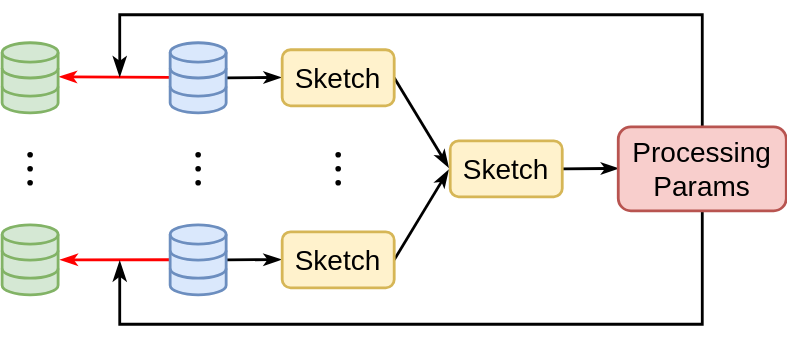
This is doc/overview.svg from primihub/fedps, a draw.io export, as it was before one commit. Source tidied: cells renumbered, new cells last; positions are measured from the earlier drawing's top-left corner, leaving out a move shared by most shapes. The source it was exported from:
```xml
<mxGraphModel>
  <root>
    <mxCell id="0" />
    <mxCell id="1" parent="0" />
    <mxCell id="2" style="endArrow=classicThin;html=1;rounded=0;endFill=1;strokeWidth=2;" parent="1" edge="1">
      <mxGeometry relative="1" as="geometry">
        <mxPoint x="400" y="110" as="sourcePoint" />
        <mxPoint x="440" y="109.7" as="targetPoint" />
      </mxGeometry>
    </mxCell>
    <mxCell id="3" style="endArrow=classicThin;html=1;rounded=0;endFill=1;entryX=-0.016;entryY=0.469;entryDx=0;entryDy=0;entryPerimeter=0;strokeWidth=2;" parent="1" edge="1" target="11">
      <mxGeometry relative="1" as="geometry">
        <mxPoint x="280" y="45" as="sourcePoint" />
      </mxGeometry>
    </mxCell>
    <mxCell id="4" style="endArrow=classicThin;html=1;rounded=0;entryX=-0.017;entryY=0.53;entryDx=0;entryDy=0;endFill=1;entryPerimeter=0;strokeWidth=2;" parent="1" edge="1" target="11">
      <mxGeometry relative="1" as="geometry">
        <mxPoint x="280" y="175" as="sourcePoint" />
      </mxGeometry>
    </mxCell>
    <mxCell id="5" style="endArrow=classicThin;html=1;rounded=0;endFill=1;exitX=-0.018;exitY=0.499;exitDx=0;exitDy=0;exitPerimeter=0;entryX=1.017;entryY=0.49;entryDx=0;entryDy=0;entryPerimeter=0;strokeColor=#FF0000;strokeWidth=2;" parent="1" edge="1">
      <mxGeometry relative="1" as="geometry">
        <mxPoint x="120" y="44.8" as="sourcePoint" />
        <mxPoint x="41" y="44.3" as="targetPoint" />
      </mxGeometry>
    </mxCell>
    <mxCell id="6" style="endArrow=classicThin;html=1;rounded=0;endFill=1;entryX=-0.012;entryY=0.496;entryDx=0;entryDy=0;entryPerimeter=0;strokeWidth=2;" parent="1" edge="1" target="10">
      <mxGeometry relative="1" as="geometry">
        <mxPoint x="160" y="175" as="sourcePoint" />
      </mxGeometry>
    </mxCell>
    <mxCell id="7" style="endArrow=classicThin;html=1;rounded=0;endFill=1;entryX=-0.011;entryY=0.494;entryDx=0;entryDy=0;entryPerimeter=0;strokeWidth=2;" parent="1" edge="1" target="9">
      <mxGeometry relative="1" as="geometry">
        <mxPoint x="160" y="45" as="sourcePoint" />
      </mxGeometry>
    </mxCell>
    <mxCell id="8" style="html=1;verticalLabelPosition=bottom;align=center;labelBackgroundColor=#ffffff;verticalAlign=top;strokeWidth=2;strokeColor=#6c8ebf;shadow=0;dashed=0;shape=mxgraph.ios7.icons.data;fillColor=#dae8fc;" parent="1" vertex="1">
      <mxGeometry x="120" y="20" width="40" height="50" as="geometry" />
    </mxCell>
    <mxCell id="9" value="&lt;font style=&quot;font-size: 20px;&quot;&gt;Sketch&lt;/font&gt;" style="rounded=1;whiteSpace=wrap;html=1;strokeWidth=2;fillColor=#fff2cc;strokeColor=#d6b656;" parent="1" vertex="1">
      <mxGeometry x="200" y="25" width="80" height="40" as="geometry" />
    </mxCell>
    <mxCell id="10" value="&lt;font style=&quot;font-size: 20px;&quot;&gt;Sketch&lt;/font&gt;" style="rounded=1;whiteSpace=wrap;html=1;strokeWidth=2;fillColor=#fff2cc;strokeColor=#d6b656;" parent="1" vertex="1">
      <mxGeometry x="200" y="155" width="80" height="40" as="geometry" />
    </mxCell>
    <mxCell id="11" value="&lt;font style=&quot;font-size: 20px;&quot;&gt;Sketch&lt;/font&gt;" style="rounded=1;whiteSpace=wrap;html=1;strokeWidth=2;fillColor=#fff2cc;strokeColor=#d6b656;" parent="1" vertex="1">
      <mxGeometry x="320" y="90" width="80" height="40" as="geometry" />
    </mxCell>
    <mxCell id="12" style="endArrow=classicThin;html=1;rounded=0;endFill=1;exitX=-0.018;exitY=0.499;exitDx=0;exitDy=0;exitPerimeter=0;entryX=1.028;entryY=0.5;entryDx=0;entryDy=0;entryPerimeter=0;strokeColor=#FF0000;strokeWidth=2;" parent="1" edge="1">
      <mxGeometry relative="1" as="geometry">
        <mxPoint x="119.9" y="174.9" as="sourcePoint" />
        <mxPoint x="41.7" y="175" as="targetPoint" />
      </mxGeometry>
    </mxCell>
    <mxCell id="13" style="edgeStyle=segmentEdgeStyle;endArrow=classicThin;html=1;curved=0;rounded=0;endSize=8;startSize=8;endFill=1;strokeColor=#000000;exitX=0.5;exitY=0;exitDx=0;exitDy=0;strokeWidth=2;" parent="1" edge="1" source="27">
      <mxGeometry relative="1" as="geometry">
        <mxPoint x="84" y="44" as="targetPoint" />
        <Array as="points">
          <mxPoint x="500" />
          <mxPoint x="84" />
        </Array>
      </mxGeometry>
    </mxCell>
    <mxCell id="14" style="edgeStyle=segmentEdgeStyle;endArrow=classicThin;html=1;curved=0;rounded=0;endSize=8;startSize=8;endFill=1;strokeColor=#000000;exitX=0.5;exitY=1;exitDx=0;exitDy=0;strokeWidth=2;" parent="1" edge="1" source="27">
      <mxGeometry relative="1" as="geometry">
        <mxPoint x="84" y="176" as="targetPoint" />
        <Array as="points">
          <mxPoint x="500" y="221" />
          <mxPoint x="84" y="221" />
        </Array>
      </mxGeometry>
    </mxCell>
    <mxCell id="15" style="shape=waypoint;sketch=0;fillStyle=solid;size=6;fillColor=none;perimeter=centerPerimeter;strokeWidth=0;" parent="1" vertex="1">
      <mxGeometry x="130" y="90" width="20" height="20" as="geometry" />
    </mxCell>
    <mxCell id="16" style="shape=waypoint;sketch=0;fillStyle=solid;size=6;fillColor=none;perimeter=centerPerimeter;strokeWidth=0;" parent="1" vertex="1">
      <mxGeometry x="130" y="100" width="20" height="20" as="geometry" />
    </mxCell>
    <mxCell id="17" style="shape=waypoint;sketch=0;fillStyle=solid;size=6;fillColor=none;perimeter=centerPerimeter;strokeWidth=0;" parent="1" vertex="1">
      <mxGeometry x="130" y="110" width="20" height="20" as="geometry" />
    </mxCell>
    <mxCell id="18" style="shape=waypoint;sketch=0;fillStyle=solid;size=6;fillColor=none;perimeter=centerPerimeter;strokeWidth=0;" parent="1" vertex="1">
      <mxGeometry x="230" y="90" width="20" height="20" as="geometry" />
    </mxCell>
    <mxCell id="19" style="shape=waypoint;sketch=0;fillStyle=solid;size=6;fillColor=none;perimeter=centerPerimeter;strokeWidth=0;" parent="1" vertex="1">
      <mxGeometry x="230" y="100" width="20" height="20" as="geometry" />
    </mxCell>
    <mxCell id="20" style="shape=waypoint;sketch=0;fillStyle=solid;size=6;fillColor=none;perimeter=centerPerimeter;strokeWidth=0;" parent="1" vertex="1">
      <mxGeometry x="230" y="110" width="20" height="20" as="geometry" />
    </mxCell>
    <mxCell id="21" style="shape=waypoint;sketch=0;fillStyle=solid;size=6;fillColor=none;perimeter=centerPerimeter;strokeWidth=0;" parent="1" vertex="1">
      <mxGeometry x="10" y="90" width="20" height="20" as="geometry" />
    </mxCell>
    <mxCell id="22" style="shape=waypoint;sketch=0;fillStyle=solid;size=6;fillColor=none;perimeter=centerPerimeter;strokeWidth=0;" parent="1" vertex="1">
      <mxGeometry x="10" y="100" width="20" height="20" as="geometry" />
    </mxCell>
    <mxCell id="23" style="shape=waypoint;sketch=0;fillStyle=solid;size=6;fillColor=none;perimeter=centerPerimeter;strokeWidth=0;" parent="1" vertex="1">
      <mxGeometry x="10" y="110" width="20" height="20" as="geometry" />
    </mxCell>
    <mxCell id="24" style="html=1;verticalLabelPosition=bottom;align=center;labelBackgroundColor=#ffffff;verticalAlign=top;strokeWidth=2;strokeColor=#6c8ebf;shadow=0;dashed=0;shape=mxgraph.ios7.icons.data;fillColor=#dae8fc;" parent="1" vertex="1">
      <mxGeometry x="120" y="150" width="40" height="50" as="geometry" />
    </mxCell>
    <mxCell id="25" style="html=1;verticalLabelPosition=bottom;align=center;labelBackgroundColor=#ffffff;verticalAlign=top;strokeWidth=2;strokeColor=#82b366;shadow=0;dashed=0;shape=mxgraph.ios7.icons.data;fillColor=#d5e8d4;" parent="1" vertex="1">
      <mxGeometry y="20" width="40" height="50" as="geometry" />
    </mxCell>
    <mxCell id="26" style="html=1;verticalLabelPosition=bottom;align=center;labelBackgroundColor=#ffffff;verticalAlign=top;strokeWidth=2;strokeColor=#82b366;shadow=0;dashed=0;shape=mxgraph.ios7.icons.data;fillColor=#d5e8d4;" parent="1" vertex="1">
      <mxGeometry y="150" width="40" height="50" as="geometry" />
    </mxCell>
    <mxCell id="27" value="&lt;font style=&quot;font-size: 20px;&quot;&gt;Processing&lt;br&gt;Params&lt;br&gt;&lt;/font&gt;" style="rounded=1;whiteSpace=wrap;html=1;strokeWidth=2;fillColor=#f8cecc;strokeColor=#b85450;" parent="1" vertex="1">
      <mxGeometry x="440" y="80" width="120" height="60" as="geometry" />
    </mxCell>
  </root>
</mxGraphModel>
```
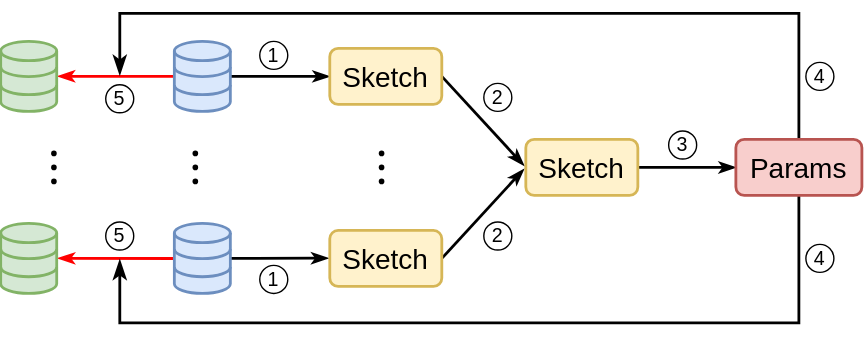
The same diagram one commit later.

What changed in the source:
```diff
@@ -2,112 +2,128 @@
   <root>
     <mxCell id="0" />
     <mxCell id="1" parent="0" />
-    <mxCell id="2" style="endArrow=classicThin;html=1;rounded=0;endFill=1;strokeWidth=2;" parent="1" edge="1">
+    <mxCell id="2" style="endArrow=classicThin;html=1;rounded=0;endFill=1;strokeWidth=2;entryX=0;entryY=0.5;entryDx=0;entryDy=0;" parent="1" edge="1" target="27">
       <mxGeometry relative="1" as="geometry">
-        <mxPoint x="400" y="110" as="sourcePoint" />
-        <mxPoint x="440" y="109.7" as="targetPoint" />
+        <mxPoint x="440" y="110" as="sourcePoint" />
       </mxGeometry>
     </mxCell>
-    <mxCell id="3" style="endArrow=classicThin;html=1;rounded=0;endFill=1;entryX=-0.016;entryY=0.469;entryDx=0;entryDy=0;entryPerimeter=0;strokeWidth=2;" parent="1" edge="1" target="11">
-      <mxGeometry relative="1" as="geometry">
-        <mxPoint x="280" y="45" as="sourcePoint" />
-      </mxGeometry>
+    <mxCell id="3" style="endArrow=classicThin;html=1;rounded=0;endFill=1;entryX=-0.016;entryY=0.469;entryDx=0;entryDy=0;entryPerimeter=0;strokeWidth=2;exitX=1;exitY=0.5;exitDx=0;exitDy=0;" parent="1" edge="1" source="9" target="11">
+      <mxGeometry relative="1" as="geometry" />
     </mxCell>
-    <mxCell id="4" style="endArrow=classicThin;html=1;rounded=0;entryX=-0.017;entryY=0.53;entryDx=0;entryDy=0;endFill=1;entryPerimeter=0;strokeWidth=2;" parent="1" edge="1" target="11">
-      <mxGeometry relative="1" as="geometry">
-        <mxPoint x="280" y="175" as="sourcePoint" />
-      </mxGeometry>
+    <mxCell id="4" style="endArrow=classicThin;html=1;rounded=0;entryX=-0.017;entryY=0.53;entryDx=0;entryDy=0;endFill=1;entryPerimeter=0;strokeWidth=2;exitX=1;exitY=0.5;exitDx=0;exitDy=0;" parent="1" edge="1" source="10" target="11">
+      <mxGeometry relative="1" as="geometry" />
     </mxCell>
-    <mxCell id="5" style="endArrow=classicThin;html=1;rounded=0;endFill=1;exitX=-0.018;exitY=0.499;exitDx=0;exitDy=0;exitPerimeter=0;entryX=1.017;entryY=0.49;entryDx=0;entryDy=0;entryPerimeter=0;strokeColor=#FF0000;strokeWidth=2;" parent="1" edge="1">
-      <mxGeometry relative="1" as="geometry">
-        <mxPoint x="120" y="44.8" as="sourcePoint" />
-        <mxPoint x="41" y="44.3" as="targetPoint" />
-      </mxGeometry>
+    <mxCell id="5" style="endArrow=classicThin;html=1;rounded=0;endFill=1;exitX=-0.006;exitY=0.499;exitDx=0;exitDy=0;exitPerimeter=0;strokeColor=#FF0000;strokeWidth=2;entryX=1.018;entryY=0.499;entryDx=0;entryDy=0;entryPerimeter=0;" parent="1" edge="1" source="8" target="25">
+      <mxGeometry relative="1" as="geometry" />
     </mxCell>
-    <mxCell id="6" style="endArrow=classicThin;html=1;rounded=0;endFill=1;entryX=-0.012;entryY=0.496;entryDx=0;entryDy=0;entryPerimeter=0;strokeWidth=2;" parent="1" edge="1" target="10">
-      <mxGeometry relative="1" as="geometry">
-        <mxPoint x="160" y="175" as="sourcePoint" />
-      </mxGeometry>
+    <mxCell id="6" style="endArrow=classicThin;html=1;rounded=0;endFill=1;entryX=-0.012;entryY=0.496;entryDx=0;entryDy=0;entryPerimeter=0;strokeWidth=2;exitX=1.013;exitY=0.499;exitDx=0;exitDy=0;exitPerimeter=0;" parent="1" edge="1" source="24" target="10">
+      <mxGeometry relative="1" as="geometry" />
     </mxCell>
-    <mxCell id="7" style="endArrow=classicThin;html=1;rounded=0;endFill=1;entryX=-0.011;entryY=0.494;entryDx=0;entryDy=0;entryPerimeter=0;strokeWidth=2;" parent="1" edge="1" target="9">
+    <mxCell id="7" style="endArrow=classicThin;html=1;rounded=0;endFill=1;entryX=0;entryY=0.5;entryDx=0;entryDy=0;strokeWidth=2;" parent="1" edge="1" target="9">
       <mxGeometry relative="1" as="geometry">
-        <mxPoint x="160" y="45" as="sourcePoint" />
+        <mxPoint x="148" y="45" as="sourcePoint" />
       </mxGeometry>
     </mxCell>
     <mxCell id="8" style="html=1;verticalLabelPosition=bottom;align=center;labelBackgroundColor=#ffffff;verticalAlign=top;strokeWidth=2;strokeColor=#6c8ebf;shadow=0;dashed=0;shape=mxgraph.ios7.icons.data;fillColor=#dae8fc;" parent="1" vertex="1">
-      <mxGeometry x="120" y="20" width="40" height="50" as="geometry" />
+      <mxGeometry x="109" y="20" width="40" height="50" as="geometry" />
     </mxCell>
     <mxCell id="9" value="&lt;font style=&quot;font-size: 20px;&quot;&gt;Sketch&lt;/font&gt;" style="rounded=1;whiteSpace=wrap;html=1;strokeWidth=2;fillColor=#fff2cc;strokeColor=#d6b656;" parent="1" vertex="1">
-      <mxGeometry x="200" y="25" width="80" height="40" as="geometry" />
+      <mxGeometry x="220" y="25" width="80" height="40" as="geometry" />
     </mxCell>
     <mxCell id="10" value="&lt;font style=&quot;font-size: 20px;&quot;&gt;Sketch&lt;/font&gt;" style="rounded=1;whiteSpace=wrap;html=1;strokeWidth=2;fillColor=#fff2cc;strokeColor=#d6b656;" parent="1" vertex="1">
-      <mxGeometry x="200" y="155" width="80" height="40" as="geometry" />
+      <mxGeometry x="220" y="155" width="80" height="40" as="geometry" />
     </mxCell>
     <mxCell id="11" value="&lt;font style=&quot;font-size: 20px;&quot;&gt;Sketch&lt;/font&gt;" style="rounded=1;whiteSpace=wrap;html=1;strokeWidth=2;fillColor=#fff2cc;strokeColor=#d6b656;" parent="1" vertex="1">
-      <mxGeometry x="320" y="90" width="80" height="40" as="geometry" />
+      <mxGeometry x="360" y="90" width="80" height="40" as="geometry" />
     </mxCell>
-    <mxCell id="12" style="endArrow=classicThin;html=1;rounded=0;endFill=1;exitX=-0.018;exitY=0.499;exitDx=0;exitDy=0;exitPerimeter=0;entryX=1.028;entryY=0.5;entryDx=0;entryDy=0;entryPerimeter=0;strokeColor=#FF0000;strokeWidth=2;" parent="1" edge="1">
-      <mxGeometry relative="1" as="geometry">
-        <mxPoint x="119.9" y="174.9" as="sourcePoint" />
-        <mxPoint x="41.7" y="175" as="targetPoint" />
-      </mxGeometry>
+    <mxCell id="12" style="endArrow=classicThin;html=1;rounded=0;endFill=1;exitX=0.002;exitY=0.501;exitDx=0;exitDy=0;exitPerimeter=0;entryX=1.02;entryY=0.499;entryDx=0;entryDy=0;entryPerimeter=0;strokeColor=#FF0000;strokeWidth=2;" parent="1" edge="1" source="24" target="26">
+      <mxGeometry relative="1" as="geometry" />
     </mxCell>
     <mxCell id="13" style="edgeStyle=segmentEdgeStyle;endArrow=classicThin;html=1;curved=0;rounded=0;endSize=8;startSize=8;endFill=1;strokeColor=#000000;exitX=0.5;exitY=0;exitDx=0;exitDy=0;strokeWidth=2;" parent="1" edge="1" source="27">
       <mxGeometry relative="1" as="geometry">
-        <mxPoint x="84" y="44" as="targetPoint" />
+        <mxPoint x="70" y="44" as="targetPoint" />
         <Array as="points">
-          <mxPoint x="500" />
-          <mxPoint x="84" />
+          <mxPoint x="555" />
+          <mxPoint x="70" />
+          <mxPoint x="70" y="44" />
         </Array>
       </mxGeometry>
     </mxCell>
     <mxCell id="14" style="edgeStyle=segmentEdgeStyle;endArrow=classicThin;html=1;curved=0;rounded=0;endSize=8;startSize=8;endFill=1;strokeColor=#000000;exitX=0.5;exitY=1;exitDx=0;exitDy=0;strokeWidth=2;" parent="1" edge="1" source="27">
       <mxGeometry relative="1" as="geometry">
-        <mxPoint x="84" y="176" as="targetPoint" />
+        <mxPoint x="70" y="176" as="targetPoint" />
         <Array as="points">
-          <mxPoint x="500" y="221" />
-          <mxPoint x="84" y="221" />
+          <mxPoint x="555" y="221" />
+          <mxPoint x="70" y="221" />
+          <mxPoint x="70" y="176" />
         </Array>
       </mxGeometry>
     </mxCell>
     <mxCell id="15" style="shape=waypoint;sketch=0;fillStyle=solid;size=6;fillColor=none;perimeter=centerPerimeter;strokeWidth=0;" parent="1" vertex="1">
-      <mxGeometry x="130" y="90" width="20" height="20" as="geometry" />
+      <mxGeometry x="114" y="90" width="20" height="20" as="geometry" />
     </mxCell>
     <mxCell id="16" style="shape=waypoint;sketch=0;fillStyle=solid;size=6;fillColor=none;perimeter=centerPerimeter;strokeWidth=0;" parent="1" vertex="1">
-      <mxGeometry x="130" y="100" width="20" height="20" as="geometry" />
+      <mxGeometry x="114" y="100" width="20" height="20" as="geometry" />
     </mxCell>
     <mxCell id="17" style="shape=waypoint;sketch=0;fillStyle=solid;size=6;fillColor=none;perimeter=centerPerimeter;strokeWidth=0;" parent="1" vertex="1">
-      <mxGeometry x="130" y="110" width="20" height="20" as="geometry" />
+      <mxGeometry x="114" y="110" width="20" height="20" as="geometry" />
     </mxCell>
     <mxCell id="18" style="shape=waypoint;sketch=0;fillStyle=solid;size=6;fillColor=none;perimeter=centerPerimeter;strokeWidth=0;" parent="1" vertex="1">
-      <mxGeometry x="230" y="90" width="20" height="20" as="geometry" />
+      <mxGeometry x="247" y="90" width="20" height="20" as="geometry" />
     </mxCell>
     <mxCell id="19" style="shape=waypoint;sketch=0;fillStyle=solid;size=6;fillColor=none;perimeter=centerPerimeter;strokeWidth=0;" parent="1" vertex="1">
-      <mxGeometry x="230" y="100" width="20" height="20" as="geometry" />
+      <mxGeometry x="247" y="100" width="20" height="20" as="geometry" />
     </mxCell>
     <mxCell id="20" style="shape=waypoint;sketch=0;fillStyle=solid;size=6;fillColor=none;perimeter=centerPerimeter;strokeWidth=0;" parent="1" vertex="1">
-      <mxGeometry x="230" y="110" width="20" height="20" as="geometry" />
+      <mxGeometry x="247" y="110" width="20" height="20" as="geometry" />
     </mxCell>
     <mxCell id="21" style="shape=waypoint;sketch=0;fillStyle=solid;size=6;fillColor=none;perimeter=centerPerimeter;strokeWidth=0;" parent="1" vertex="1">
-      <mxGeometry x="10" y="90" width="20" height="20" as="geometry" />
+      <mxGeometry x="13" y="90" width="20" height="20" as="geometry" />
     </mxCell>
     <mxCell id="22" style="shape=waypoint;sketch=0;fillStyle=solid;size=6;fillColor=none;perimeter=centerPerimeter;strokeWidth=0;" parent="1" vertex="1">
-      <mxGeometry x="10" y="100" width="20" height="20" as="geometry" />
+      <mxGeometry x="13" y="100" width="20" height="20" as="geometry" />
     </mxCell>
     <mxCell id="23" style="shape=waypoint;sketch=0;fillStyle=solid;size=6;fillColor=none;perimeter=centerPerimeter;strokeWidth=0;" parent="1" vertex="1">
-      <mxGeometry x="10" y="110" width="20" height="20" as="geometry" />
+      <mxGeometry x="13" y="110" width="20" height="20" as="geometry" />
     </mxCell>
     <mxCell id="24" style="html=1;verticalLabelPosition=bottom;align=center;labelBackgroundColor=#ffffff;verticalAlign=top;strokeWidth=2;strokeColor=#6c8ebf;shadow=0;dashed=0;shape=mxgraph.ios7.icons.data;fillColor=#dae8fc;" parent="1" vertex="1">
-      <mxGeometry x="120" y="150" width="40" height="50" as="geometry" />
+      <mxGeometry x="109" y="150" width="40" height="50" as="geometry" />
     </mxCell>
     <mxCell id="25" style="html=1;verticalLabelPosition=bottom;align=center;labelBackgroundColor=#ffffff;verticalAlign=top;strokeWidth=2;strokeColor=#82b366;shadow=0;dashed=0;shape=mxgraph.ios7.icons.data;fillColor=#d5e8d4;" parent="1" vertex="1">
-      <mxGeometry y="20" width="40" height="50" as="geometry" />
+      <mxGeometry x="-15" y="20" width="40" height="50" as="geometry" />
     </mxCell>
     <mxCell id="26" style="html=1;verticalLabelPosition=bottom;align=center;labelBackgroundColor=#ffffff;verticalAlign=top;strokeWidth=2;strokeColor=#82b366;shadow=0;dashed=0;shape=mxgraph.ios7.icons.data;fillColor=#d5e8d4;" parent="1" vertex="1">
-      <mxGeometry y="150" width="40" height="50" as="geometry" />
+      <mxGeometry x="-15" y="150" width="40" height="50" as="geometry" />
     </mxCell>
-    <mxCell id="27" value="&lt;font style=&quot;font-size: 20px;&quot;&gt;Processing&lt;br&gt;Params&lt;br&gt;&lt;/font&gt;" style="rounded=1;whiteSpace=wrap;html=1;strokeWidth=2;fillColor=#f8cecc;strokeColor=#b85450;" parent="1" vertex="1">
-      <mxGeometry x="440" y="80" width="120" height="60" as="geometry" />
+    <mxCell id="27" value="&lt;font style=&quot;font-size: 20px;&quot;&gt;Params&lt;br&gt;&lt;/font&gt;" style="rounded=1;whiteSpace=wrap;html=1;strokeWidth=2;fillColor=#f8cecc;strokeColor=#b85450;" parent="1" vertex="1">
+      <mxGeometry x="510" y="90" width="90" height="40" as="geometry" />
     </mxCell>
+    <mxCell id="28" value="1" style="ellipse;whiteSpace=wrap;html=1;fontSize=14;" parent="1" vertex="1">
+      <mxGeometry x="170" y="20" width="20" height="20" as="geometry" />
+    </mxCell>
+    <mxCell id="29" value="1" style="ellipse;whiteSpace=wrap;html=1;direction=south;fontSize=14;" parent="1" vertex="1">
+      <mxGeometry x="170" y="180" width="20" height="20" as="geometry" />
+    </mxCell>
+    <mxCell id="30" value="2" style="ellipse;whiteSpace=wrap;html=1;fontSize=14;" parent="1" vertex="1">
+      <mxGeometry x="330" y="50" width="20" height="20" as="geometry" />
+    </mxCell>
+    <mxCell id="31" value="2" style="ellipse;whiteSpace=wrap;html=1;fontSize=14;" parent="1" vertex="1">
+      <mxGeometry x="330" y="149" width="20" height="20" as="geometry" />
+    </mxCell>
+    <mxCell id="32" value="3" style="ellipse;whiteSpace=wrap;html=1;fontSize=14;" parent="1" vertex="1">
+      <mxGeometry x="462" y="84" width="20" height="20" as="geometry" />
+    </mxCell>
+    <mxCell id="33" value="4" style="ellipse;whiteSpace=wrap;html=1;fontSize=14;" parent="1" vertex="1">
+      <mxGeometry x="560" y="35" width="20" height="20" as="geometry" />
+    </mxCell>
+    <mxCell id="34" value="4" style="ellipse;whiteSpace=wrap;html=1;fontSize=14;" parent="1" vertex="1">
+      <mxGeometry x="560" y="165" width="20" height="20" as="geometry" />
+    </mxCell>
+    <mxCell id="35" value="&lt;font style=&quot;font-size: 14px;&quot;&gt;5&lt;/font&gt;" style="ellipse;whiteSpace=wrap;html=1;strokeColor=#000000;fontColor=#000000;fontSize=14;" parent="1" vertex="1">
+      <mxGeometry x="60" y="51" width="20" height="20" as="geometry" />
+    </mxCell>
+    <mxCell id="36" value="&lt;font style=&quot;font-size: 14px;&quot;&gt;5&lt;/font&gt;" style="ellipse;whiteSpace=wrap;html=1;strokeColor=#000000;fontColor=#000000;fontSize=14;" parent="1" vertex="1">
+      <mxGeometry x="60" y="149" width="20" height="20" as="geometry" />
+    </mxCell>
   </root>
 </mxGraphModel>
```
